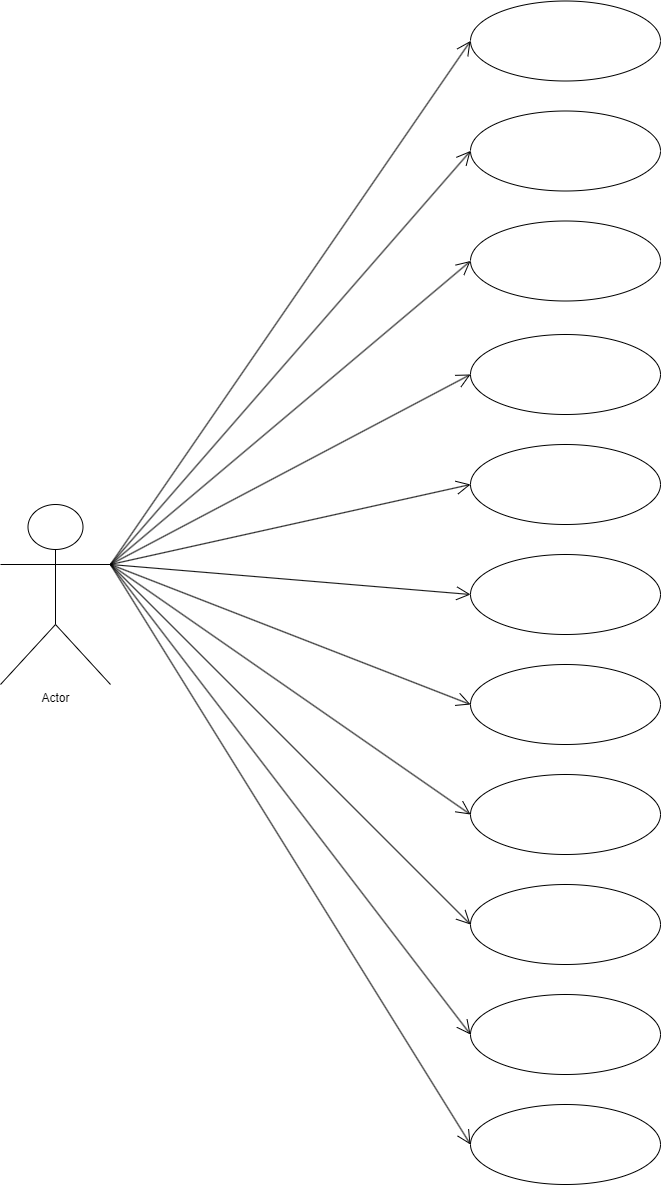
Earlier version of the draw.io export Untitled Diagram.drawio.png (rakeshkandhi/rakeshkandhi). Source tidied: cells renumbered, new cells last; positions are measured from the earlier drawing's top-left corner, leaving out a move shared by most shapes.
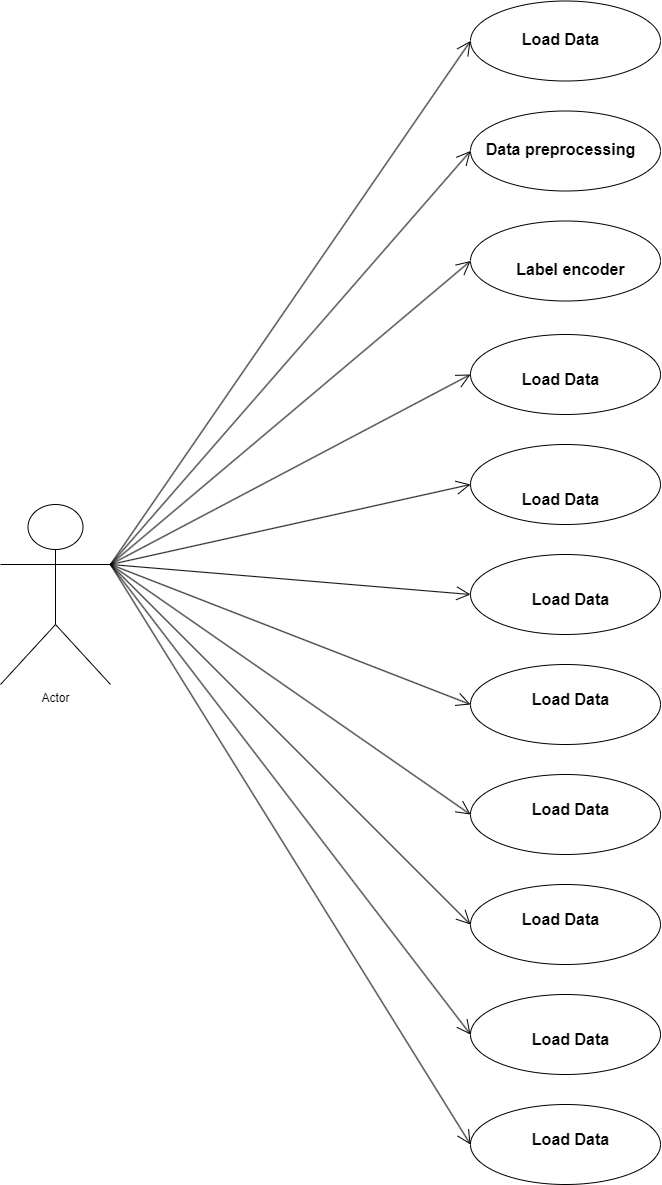
Above is the later version.

The edit, as a diff of the source:
```diff
@@ -71,5 +71,38 @@
     <mxCell id="24" style="endArrow=open;endFill=1;endSize=12;html=1;rounded=0;exitX=1;exitY=0.3333333333333333;exitDx=0;exitDy=0;exitPerimeter=0;entryX=0;entryY=0.5;entryDx=0;entryDy=0;" parent="1" edge="1" source="13" target="6">
       <mxGeometry relative="1" as="geometry" />
     </mxCell>
+    <mxCell id="25" value="&lt;font color=&quot;#000000&quot; style=&quot;font-size: 16px;&quot;&gt;Load Data&lt;/font&gt;" style="fillColor=none;strokeColor=none;html=1;fontSize=16;fontStyle=0;align=center;fontColor=#596780;fontStyle=1;fontSize=11;" parent="1" vertex="1">
+      <mxGeometry x="520" y="14" width="80" height="50" as="geometry" />
+    </mxCell>
+    <mxCell id="26" value="&lt;font color=&quot;#000000&quot; style=&quot;font-size: 16px;&quot;&gt;Data preprocessing&lt;/font&gt;" style="fillColor=none;strokeColor=none;html=1;fontSize=16;fontStyle=0;align=center;fontColor=#596780;fontStyle=1;fontSize=11;" parent="1" vertex="1">
+      <mxGeometry x="520" y="124" width="80" height="50" as="geometry" />
+    </mxCell>
+    <mxCell id="27" value="&lt;font color=&quot;#000000&quot; style=&quot;font-size: 16px;&quot;&gt;Load Data&lt;/font&gt;" style="fillColor=none;strokeColor=none;html=1;fontSize=16;fontStyle=0;align=center;fontColor=#596780;fontStyle=1;fontSize=11;" parent="1" vertex="1">
+      <mxGeometry x="520" y="354" width="80" height="50" as="geometry" />
+    </mxCell>
+    <mxCell id="28" value="&lt;font color=&quot;#000000&quot; style=&quot;font-size: 16px;&quot;&gt;Load Data&lt;/font&gt;" style="fillColor=none;strokeColor=none;html=1;fontSize=16;fontStyle=0;align=center;fontColor=#596780;fontStyle=1;fontSize=11;" parent="1" vertex="1">
+      <mxGeometry x="530" y="574" width="80" height="50" as="geometry" />
+    </mxCell>
+    <mxCell id="29" value="&lt;font color=&quot;#000000&quot; style=&quot;font-size: 16px;&quot;&gt;Load Data&lt;/font&gt;" style="fillColor=none;strokeColor=none;html=1;fontSize=16;fontStyle=0;align=center;fontColor=#596780;fontStyle=1;fontSize=11;" parent="1" vertex="1">
+      <mxGeometry x="520" y="474" width="80" height="50" as="geometry" />
+    </mxCell>
+    <mxCell id="30" value="&lt;font color=&quot;#000000&quot; style=&quot;font-size: 16px;&quot;&gt;Load Data&lt;/font&gt;" style="fillColor=none;strokeColor=none;html=1;fontSize=16;fontStyle=0;align=center;fontColor=#596780;fontStyle=1;fontSize=11;" parent="1" vertex="1">
+      <mxGeometry x="520" y="894" width="80" height="50" as="geometry" />
+    </mxCell>
+    <mxCell id="31" value="&lt;font color=&quot;#000000&quot; style=&quot;font-size: 16px;&quot;&gt;Load Data&lt;/font&gt;" style="fillColor=none;strokeColor=none;html=1;fontSize=16;fontStyle=0;align=center;fontColor=#596780;fontStyle=1;fontSize=11;" parent="1" vertex="1">
+      <mxGeometry x="530" y="784" width="80" height="50" as="geometry" />
+    </mxCell>
+    <mxCell id="32" value="&lt;font color=&quot;#000000&quot; style=&quot;font-size: 16px;&quot;&gt;Load Data&lt;/font&gt;" style="fillColor=none;strokeColor=none;html=1;fontSize=16;fontStyle=0;align=center;fontColor=#596780;fontStyle=1;fontSize=11;" parent="1" vertex="1">
+      <mxGeometry x="530" y="674" width="80" height="50" as="geometry" />
+    </mxCell>
+    <mxCell id="33" value="&lt;font color=&quot;#000000&quot; style=&quot;font-size: 16px;&quot;&gt;Load Data&lt;/font&gt;" style="fillColor=none;strokeColor=none;html=1;fontSize=16;fontStyle=0;align=center;fontColor=#596780;fontStyle=1;fontSize=11;" parent="1" vertex="1">
+      <mxGeometry x="530" y="1014" width="80" height="50" as="geometry" />
+    </mxCell>
+    <mxCell id="34" value="&lt;font color=&quot;#000000&quot; style=&quot;font-size: 16px;&quot;&gt;Load Data&lt;/font&gt;" style="fillColor=none;strokeColor=none;html=1;fontSize=16;fontStyle=0;align=center;fontColor=#596780;fontStyle=1;fontSize=11;" parent="1" vertex="1">
+      <mxGeometry x="530" y="1114" width="80" height="50" as="geometry" />
+    </mxCell>
+    <mxCell id="35" value="&lt;font color=&quot;#000000&quot;&gt;&lt;span style=&quot;font-size: 16px;&quot;&gt;Label encoder&lt;/span&gt;&lt;/font&gt;" style="fillColor=none;strokeColor=none;html=1;fontSize=16;fontStyle=0;align=center;fontColor=#596780;fontStyle=1;fontSize=11;" parent="1" vertex="1">
+      <mxGeometry x="530" y="244" width="80" height="50" as="geometry" />
+    </mxCell>
   </root>
 </mxGraphModel>
```
